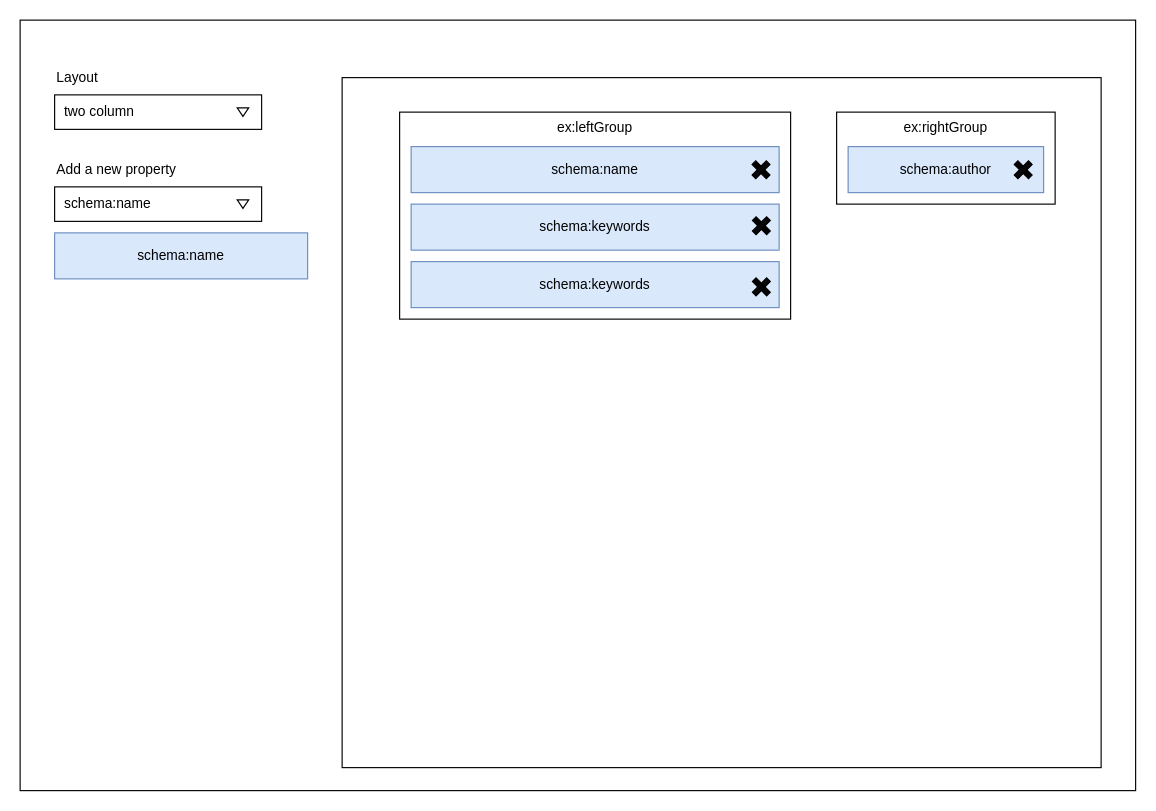
danielbeeke/viewmode keeps this draw.io diagram as shacl-editor.drawio. Above is the earlier version. Source tidied: cells renumbered, new cells numbered last; positions are measured from the earlier drawing's top-left corner, leaving out a move shared by most shapes. Both pictures are drawn from the tidied source at 115%, with x=0, y=0 at pixel (20, 20).
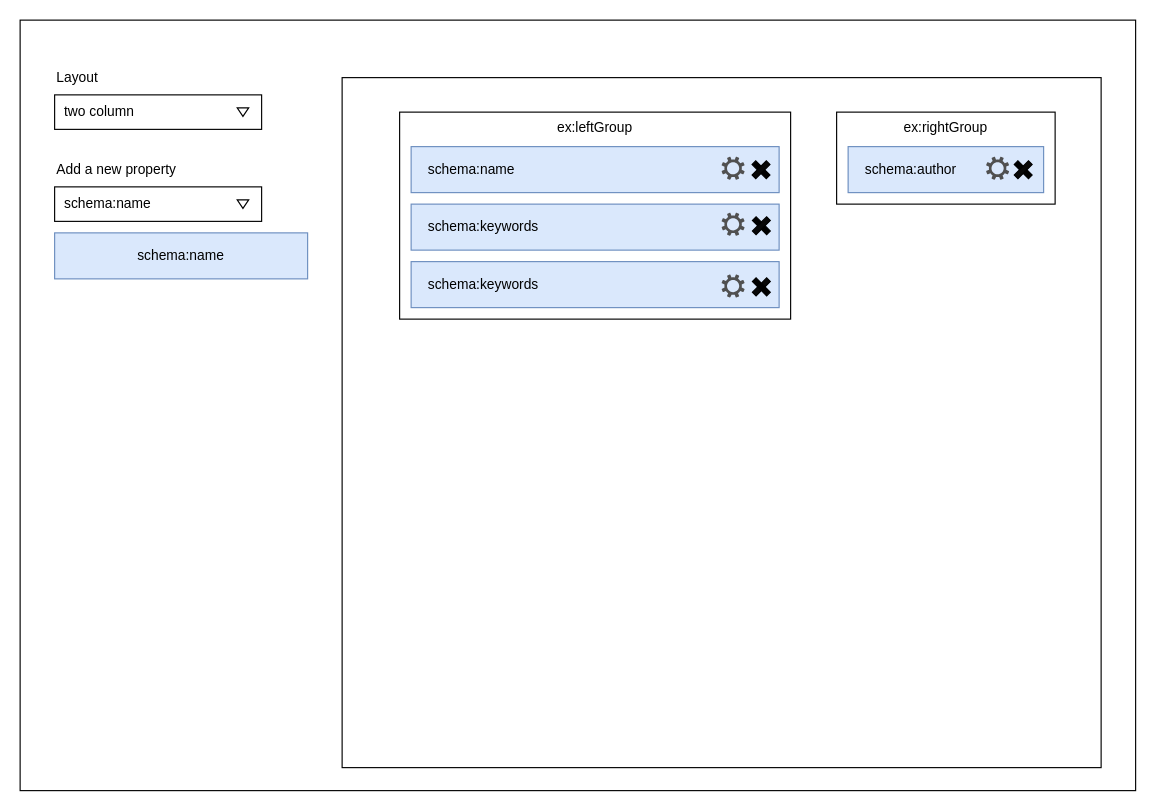
The same page after the edit.

Change to the diagram source:
```diff
@@
-    <mxCell id="7" value="schema:name" style="rounded=0;whiteSpace=wrap;html=1;fillColor=#dae8fc;strokeColor=#6c8ebf;" parent="1" vertex="1">
+    <mxCell id="7" value="schema:name" style="rounded=0;whiteSpace=wrap;html=1;fillColor=#dae8fc;strokeColor=#6c8ebf;align=left;spacingLeft=13;" parent="1" vertex="1">
       <mxGeometry x="340" y="110" width="320" height="40" as="geometry" />
     </mxCell>
@@
-    <mxCell id="9" value="schema:author" style="rounded=0;whiteSpace=wrap;html=1;fillColor=#dae8fc;strokeColor=#6c8ebf;" parent="1" vertex="1">
+    <mxCell id="9" value="schema:author" style="rounded=0;whiteSpace=wrap;html=1;fillColor=#dae8fc;strokeColor=#6c8ebf;align=left;spacingLeft=13;" parent="1" vertex="1">
       <mxGeometry x="720" y="110" width="170" height="40" as="geometry" />
     </mxCell>
-    <mxCell id="10" value="schema:keywords" style="rounded=0;whiteSpace=wrap;html=1;fillColor=#dae8fc;strokeColor=#6c8ebf;" parent="1" vertex="1">
+    <mxCell id="10" value="schema:keywords" style="rounded=0;whiteSpace=wrap;html=1;fillColor=#dae8fc;strokeColor=#6c8ebf;align=left;spacingLeft=13;" parent="1" vertex="1">
       <mxGeometry x="340" y="160" width="320" height="40" as="geometry" />
     </mxCell>
-    <mxCell id="11" value="schema:keywords" style="rounded=0;whiteSpace=wrap;html=1;fillColor=#dae8fc;strokeColor=#6c8ebf;" parent="1" vertex="1">
+    <mxCell id="11" value="schema:keywords" style="rounded=0;whiteSpace=wrap;html=1;fillColor=#dae8fc;strokeColor=#6c8ebf;align=left;spacingLeft=13;" parent="1" vertex="1">
       <mxGeometry x="340" y="210" width="320" height="40" as="geometry" />
     </mxCell>
@@
+    <mxCell id="26" style="sketch=0;shadow=0;dashed=0;html=1;strokeColor=none;labelPosition=center;verticalLabelPosition=bottom;verticalAlign=top;align=center;fillColor=#505050;shape=mxgraph.mscae.enterprise.settings;" parent="1" vertex="1">
+      <mxGeometry x="610" y="221.2" width="20" height="20" as="geometry" />
+    </mxCell>
+    <mxCell id="27" style="sketch=0;shadow=0;dashed=0;html=1;strokeColor=none;labelPosition=center;verticalLabelPosition=bottom;verticalAlign=top;align=center;fillColor=#505050;shape=mxgraph.mscae.enterprise.settings;" parent="1" vertex="1">
+      <mxGeometry x="610" y="167.5" width="20" height="20" as="geometry" />
+    </mxCell>
+    <mxCell id="28" style="sketch=0;shadow=0;dashed=0;html=1;strokeColor=none;labelPosition=center;verticalLabelPosition=bottom;verticalAlign=top;align=center;fillColor=#505050;shape=mxgraph.mscae.enterprise.settings;" parent="1" vertex="1">
+      <mxGeometry x="610" y="118.8" width="20" height="20" as="geometry" />
+    </mxCell>
+    <mxCell id="29" style="sketch=0;shadow=0;dashed=0;html=1;strokeColor=none;labelPosition=center;verticalLabelPosition=bottom;verticalAlign=top;align=center;fillColor=#505050;shape=mxgraph.mscae.enterprise.settings;" parent="1" vertex="1">
+      <mxGeometry x="840" y="118.8" width="20" height="20" as="geometry" />
+    </mxCell>
```
